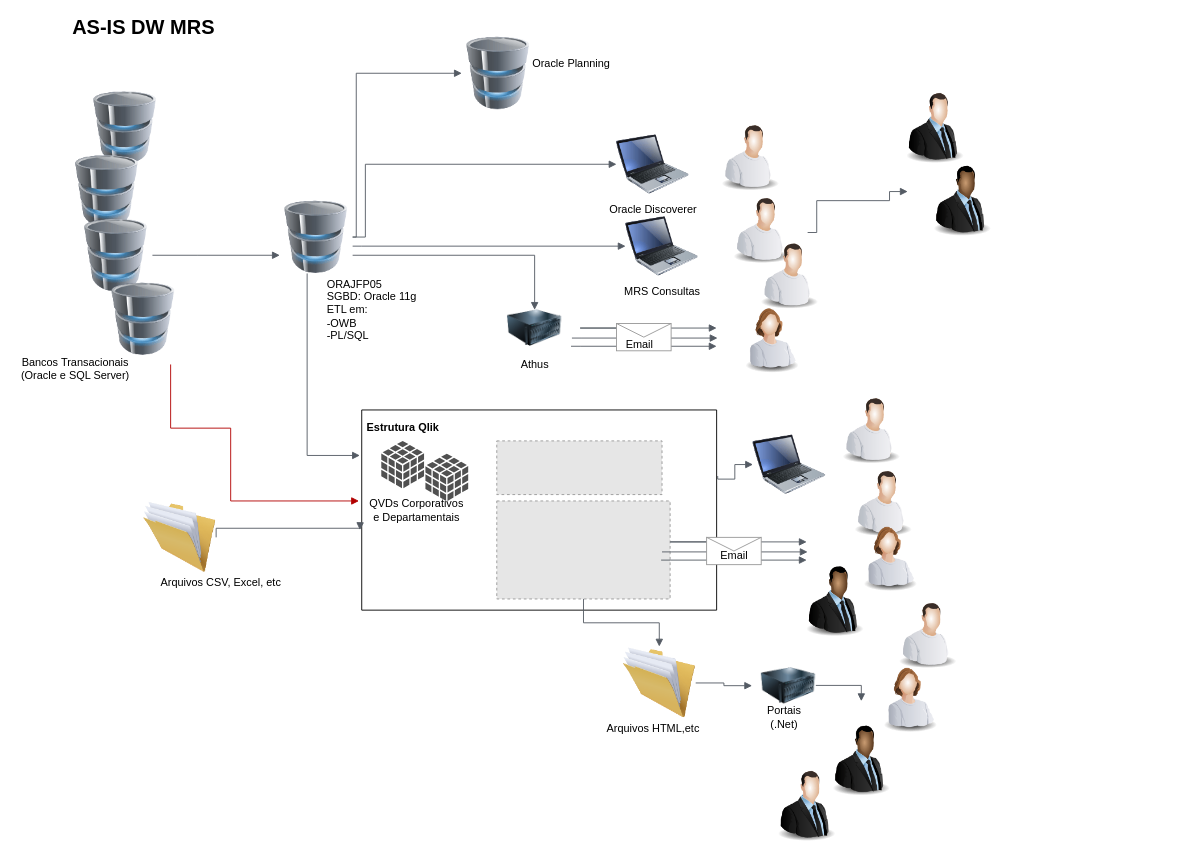
This is as_is_DW_MRS.drawio from rafaelr00/arquitetura, a draw.io file, before an edit. Source tidied: cells renumbered, new cells numbered last; positions are measured from the earlier drawing's top-left corner, leaving out a move shared by most shapes. Both pictures are drawn from the tidied source at 91%, with x=0, y=0 at pixel (15, 18). Pictures stored in the file or linked from it are replaced by grey dashed boxes.
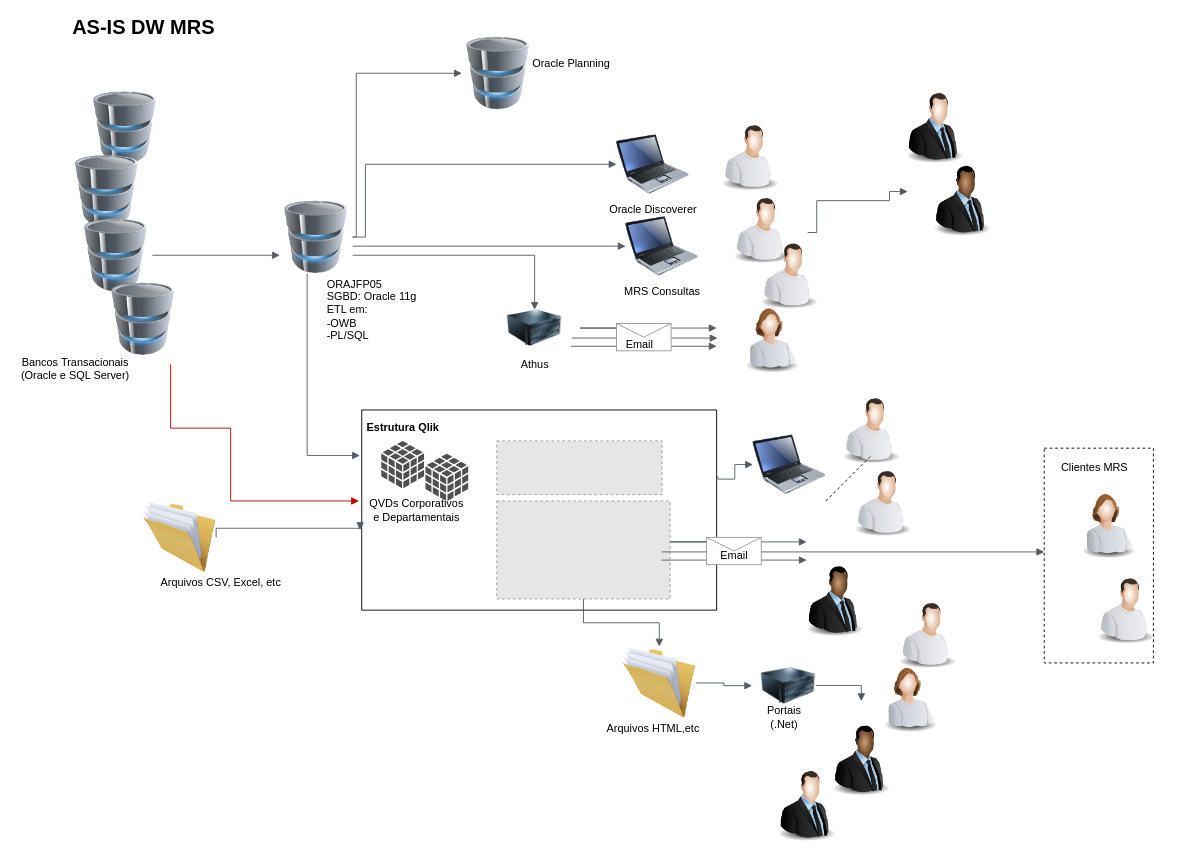
After the change.

The edit, as a diff of the source:
```diff
@@
+    <mxCell id="69" style="rounded=0;whiteSpace=wrap;html=1;dashed=1;" parent="1" vertex="1">
+      <mxGeometry x="1130" y="472" width="120" height="236" as="geometry" />
+    </mxCell>
@@
     <mxCell id="57" style="edgeStyle=orthogonalEdgeStyle;html=1;endArrow=block;elbow=vertical;startArrow=none;endFill=1;strokeColor=#545B64;rounded=0;align=left;" parent="1" edge="1">
       <mxGeometry relative="1" as="geometry">
         <mxPoint x="710" y="586" as="sourcePoint" />
-        <mxPoint x="870" y="586" as="targetPoint" />
+        <mxPoint x="1130" y="586" as="targetPoint" />
         <Array as="points">
           <mxPoint x="720" y="586" />
           <mxPoint x="720" y="586" />
         </Array>
       </mxGeometry>
     </mxCell>
@@
     <mxCell id="64" style="image;html=1;labelBackgroundColor=#ffffff;image=img/lib/clip_art/people/Worker_Woman_128x128.png;align=left;" parent="1" vertex="1">
-      <mxGeometry x="920" y="550" width="80" height="80" as="geometry" />
+      <mxGeometry x="1160" y="514" width="80" height="80" as="geometry" />
     </mxCell>
@@
+    <mxCell id="70" style="endArrow=none;dashed=1;html=1;" parent="1" edge="1">
+      <mxGeometry relative="1" as="geometry">
+        <mxPoint x="890" y="530" as="sourcePoint" />
+        <mxPoint x="940" y="480" as="targetPoint" />
+      </mxGeometry>
+    </mxCell>
+    <mxCell id="71" style="image;html=1;labelBackgroundColor=#ffffff;image=img/lib/clip_art/people/Worker_Man_128x128.png;" parent="1" vertex="1">
+      <mxGeometry x="1180" y="608" width="80" height="80" as="geometry" />
+    </mxCell>
+    <mxCell id="72" value="Clientes MRS" style="text;html=1;align=center;verticalAlign=middle;fillColor=none;strokeColor=none;rounded=0;dashed=1;" parent="1" vertex="1">
+      <mxGeometry x="1140" y="483.5" width="90" height="20" as="geometry" />
+    </mxCell>
```
